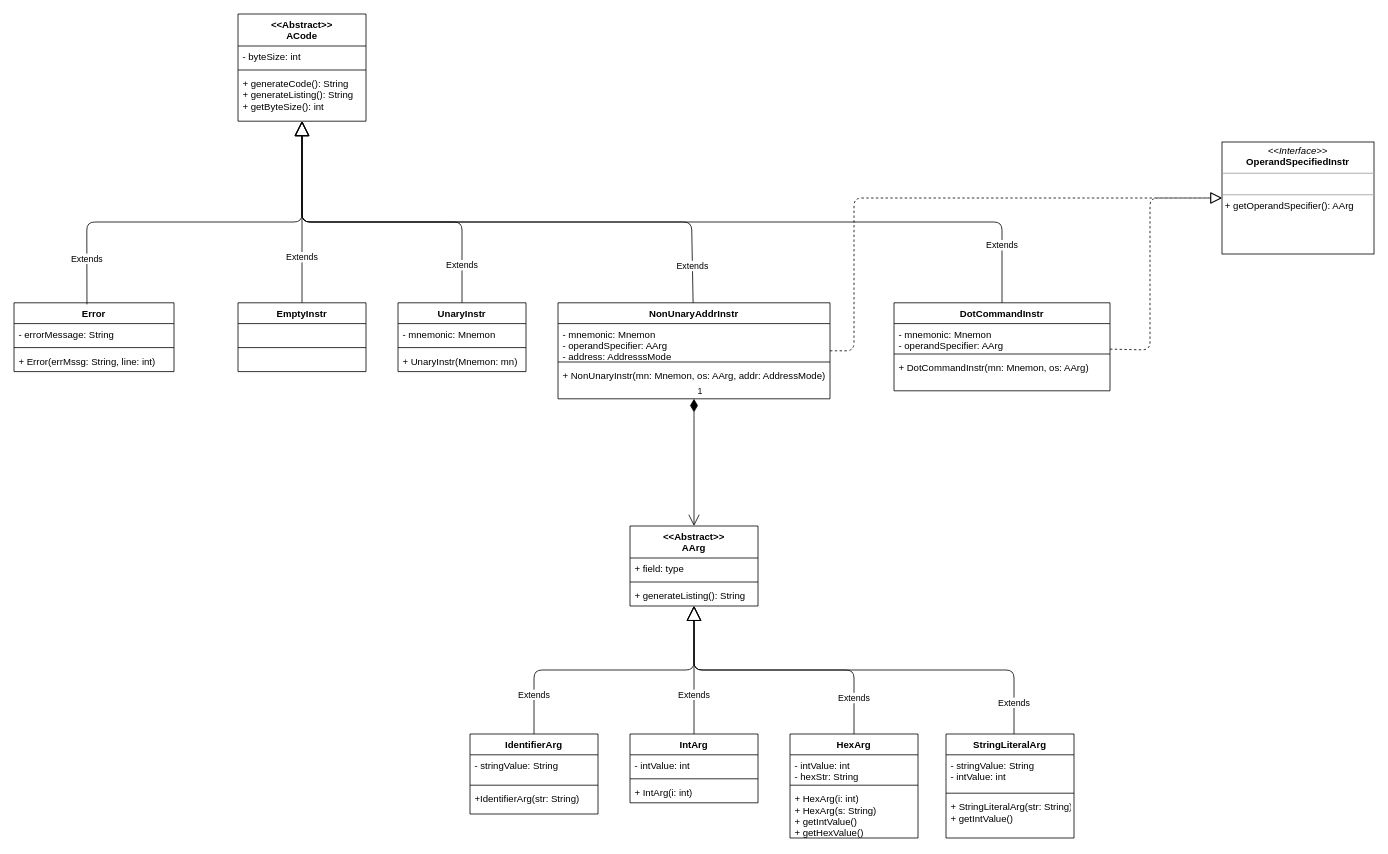
Above: page "Instructions UML" (3 of 5) of docs/diagrams/Pep9Assembler.drawio in zackthomas1/Pep9Assembler (draw.io), before the change. Source tidied: cells renumbered, new cells numbered last; positions are measured from the earlier drawing's top-left corner, leaving out a move shared by most shapes. Both pictures are drawn from the tidied source at 80%, with x=0, y=0 at pixel (14, 14).
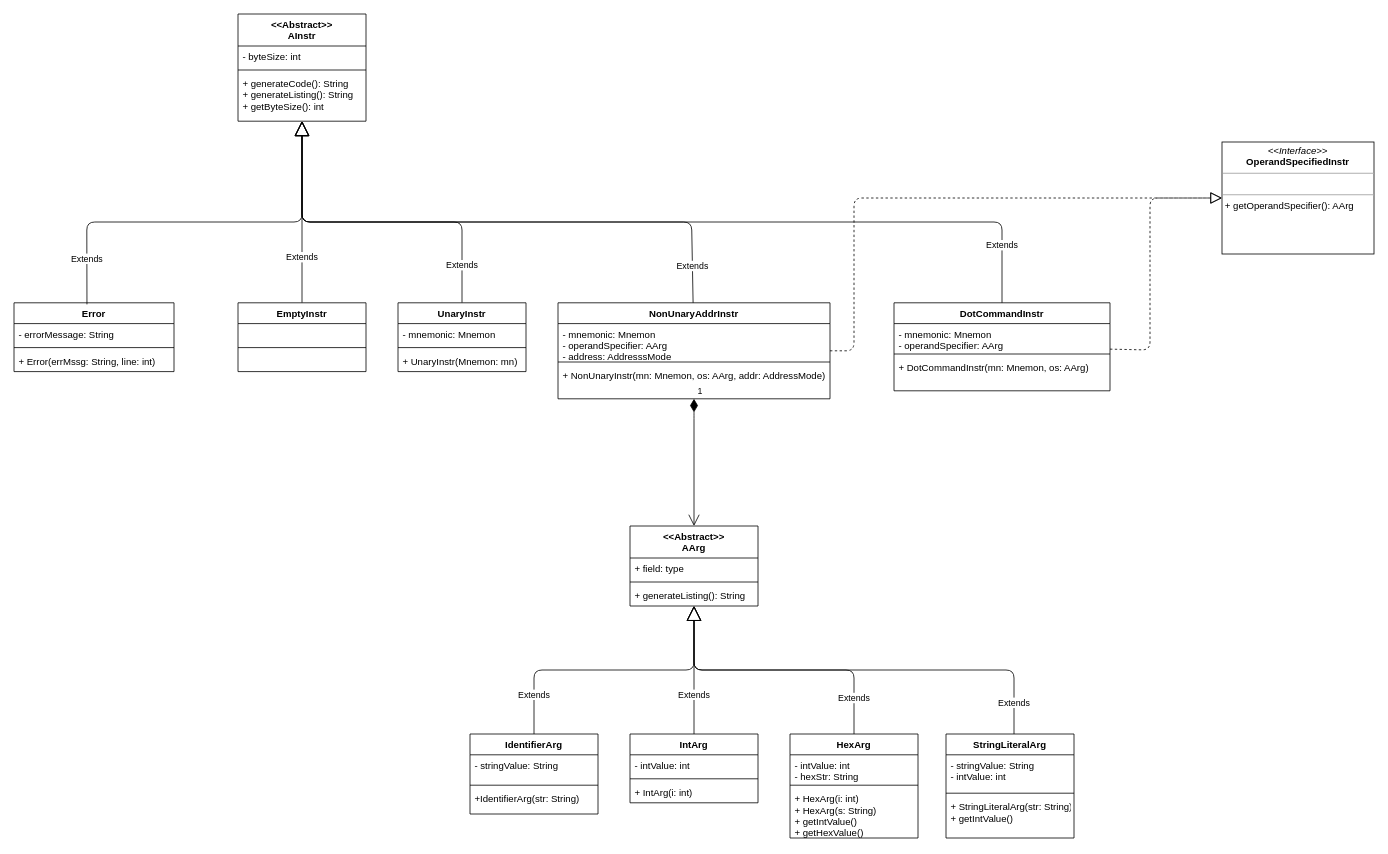
The same diagram, later.

Diff of the diagram source:
```diff
@@
-    <mxCell id="2" value="&lt;&lt;Abstract&gt;&gt;&#10;ACode" style="swimlane;fontStyle=1;align=center;verticalAlign=top;horizontal=1;startSize=40;" parent="1" vertex="1">
+    <mxCell id="2" value="&lt;&lt;Abstract&gt;&gt;&#10;AInstr" style="swimlane;fontStyle=1;align=center;verticalAlign=top;horizontal=1;startSize=40;" parent="1" vertex="1">
       <mxGeometry x="280" width="160" height="134" as="geometry" />
     </mxCell>
```
